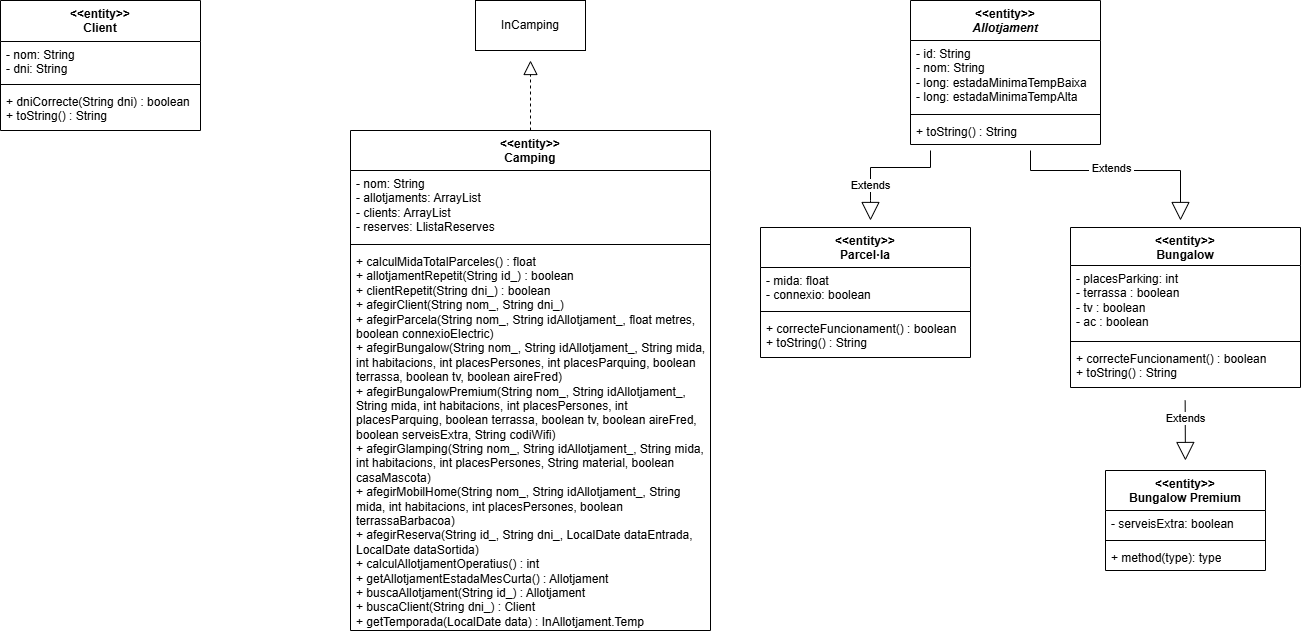
Before: Practica1.png, a diagram exported from draw.io (martimiro/Prog-II). Source tidied: cells renumbered, new cells last; positions are measured from the earlier drawing's top-left corner, leaving out a move shared by most shapes.
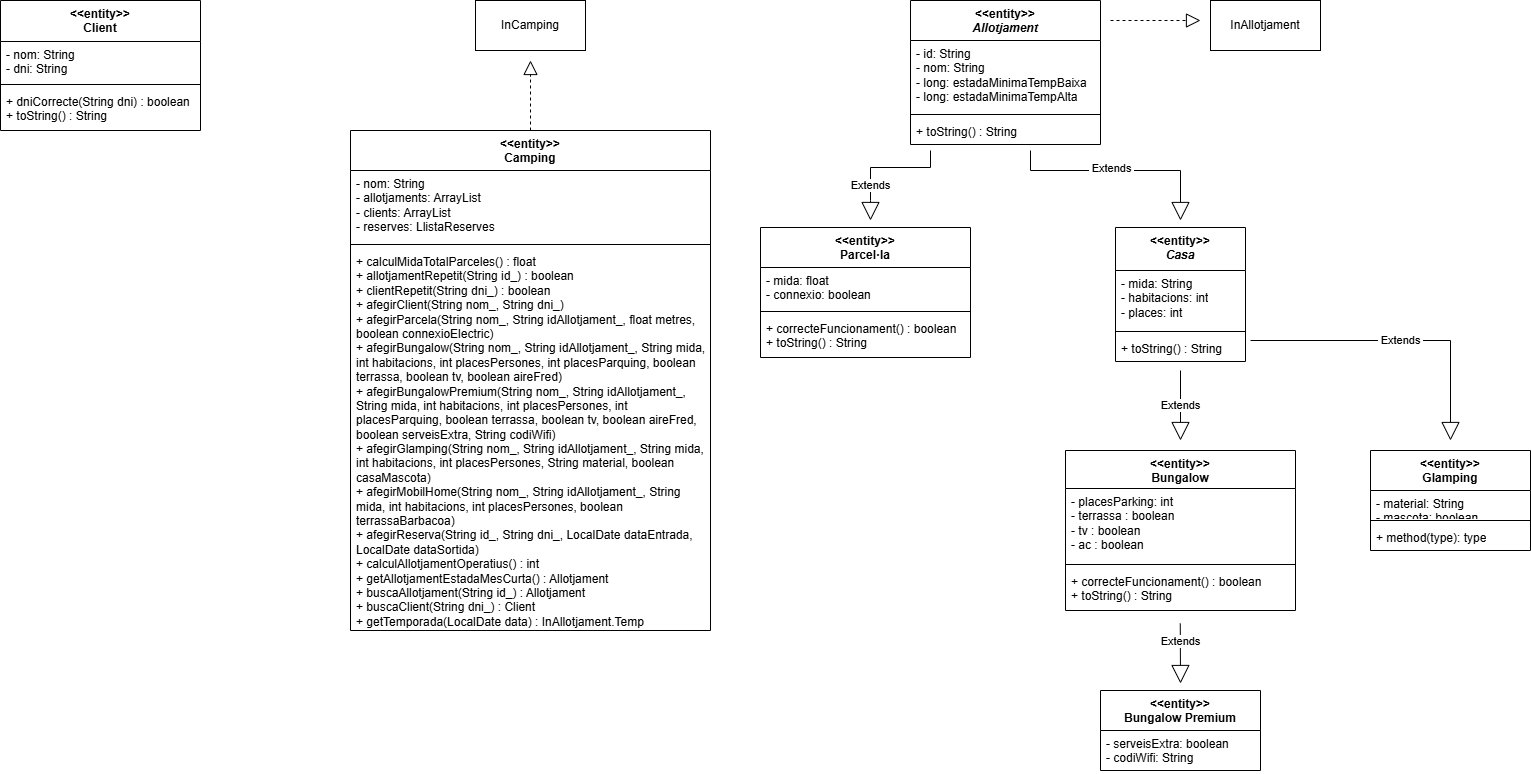
The same file after the commit.

What changed in the source:
```diff
@@ -23,6 +23,12 @@
     <mxCell id="7" value="&lt;div&gt;&amp;lt;&amp;lt;entity&amp;gt;&amp;gt;&lt;/div&gt;&lt;i&gt;Allotjament&lt;/i&gt;" style="swimlane;fontStyle=1;align=center;verticalAlign=top;horizontal=1;startSize=40;whiteSpace=wrap;html=1;" parent="1" vertex="1">
       <mxGeometry x="910" width="190" height="144" as="geometry" />
     </mxCell>
+    <mxCell id="34" style="endArrow=block;dashed=1;endFill=0;endSize=12;html=1;rounded=0;" parent="7" edge="1">
+      <mxGeometry relative="1" as="geometry">
+        <mxPoint x="200" y="20" as="sourcePoint" />
+        <mxPoint x="290" y="20" as="targetPoint" />
+      </mxGeometry>
+    </mxCell>
     <mxCell id="8" value="- id: String&lt;div&gt;- nom: String&lt;/div&gt;&lt;div&gt;- long: estadaMinimaTempBaixa&lt;/div&gt;&lt;div&gt;- long: estadaMinimaTempAlta&lt;/div&gt;" style="text;strokeColor=none;fillColor=none;align=left;verticalAlign=top;spacingLeft=4;spacingRight=4;overflow=hidden;whiteSpace=wrap;html=1;" parent="7" vertex="1">
       <mxGeometry y="40" width="190" height="70" as="geometry" />
     </mxCell>
@@ -87,7 +93,7 @@
       <mxGeometry x="-0.08" y="2" relative="1" as="geometry" />
     </mxCell>
     <mxCell id="24" value="&amp;lt;&amp;lt;entity&amp;gt;&amp;gt;&lt;div&gt;Bungalow&lt;/div&gt;&lt;div&gt;&lt;br&gt;&lt;/div&gt;" style="swimlane;fontStyle=1;align=center;verticalAlign=top;horizontal=1;startSize=38;whiteSpace=wrap;html=1;" parent="1" vertex="1">
-      <mxGeometry x="1070" y="227" width="230" height="160" as="geometry" />
+      <mxGeometry x="1065" y="450" width="230" height="160" as="geometry" />
     </mxCell>
     <mxCell id="25" value="- placesParking: int&lt;div&gt;- terrassa : boolean&lt;/div&gt;&lt;div&gt;- tv : boolean&lt;/div&gt;&lt;div&gt;- ac : boolean&lt;/div&gt;" style="text;strokeColor=none;fillColor=none;align=left;verticalAlign=top;spacingLeft=4;spacingRight=4;overflow=hidden;whiteSpace=wrap;html=1;" parent="24" vertex="1">
       <mxGeometry y="38" width="230" height="72" as="geometry" />
@@ -100,23 +106,59 @@
     </mxCell>
     <mxCell id="28" style="endArrow=block;endSize=16;endFill=0;html=1;rounded=0;" parent="1" edge="1">
       <mxGeometry relative="1" as="geometry">
-        <mxPoint x="1184.7" y="400" as="sourcePoint" />
-        <mxPoint x="1184.9" y="460" as="targetPoint" />
+        <mxPoint x="1179.8" y="623" as="sourcePoint" />
+        <mxPoint x="1180" y="683" as="targetPoint" />
       </mxGeometry>
     </mxCell>
     <mxCell id="29" value="Extends" style="edgeLabel;html=1;align=center;verticalAlign=middle;" parent="28" vertex="1">
       <mxGeometry x="-0.4" relative="1" as="geometry" />
     </mxCell>
     <mxCell id="30" value="&amp;lt;&amp;lt;entity&amp;gt;&amp;gt;&lt;br&gt;Bungalow Premium" style="swimlane;fontStyle=1;align=center;verticalAlign=top;horizontal=1;startSize=40;whiteSpace=wrap;html=1;" parent="1" vertex="1">
-      <mxGeometry x="1105" y="470" width="160" height="100" as="geometry" />
+      <mxGeometry x="1100" y="690" width="160" height="80" as="geometry" />
     </mxCell>
-    <mxCell id="31" value="- serveisExtra: boolean" style="text;strokeColor=none;fillColor=none;align=left;verticalAlign=top;spacingLeft=4;spacingRight=4;overflow=hidden;whiteSpace=wrap;html=1;" parent="30" vertex="1">
-      <mxGeometry y="40" width="160" height="26" as="geometry" />
+    <mxCell id="31" value="- serveisExtra: boolean&lt;div&gt;- codiWifi: String&lt;/div&gt;" style="text;strokeColor=none;fillColor=none;align=left;verticalAlign=top;spacingLeft=4;spacingRight=4;overflow=hidden;whiteSpace=wrap;html=1;" parent="30" vertex="1">
+      <mxGeometry y="40" width="160" height="40" as="geometry" />
     </mxCell>
+    <mxCell id="35" value="InAllotjament" style="html=1;whiteSpace=wrap;" parent="1" vertex="1">
+      <mxGeometry x="1210" width="110" height="50" as="geometry" />
+    </mxCell>
+    <mxCell id="36" value="&amp;lt;&amp;lt;entity&amp;gt;&amp;gt;&lt;div&gt;&lt;i&gt;Casa&lt;/i&gt;&lt;/div&gt;" style="swimlane;fontStyle=1;align=center;verticalAlign=top;horizontal=1;startSize=43;whiteSpace=wrap;html=1;" parent="1" vertex="1">
+      <mxGeometry x="1115" y="227" width="130" height="134" as="geometry" />
+    </mxCell>
+    <mxCell id="37" value="- mida: String&lt;div&gt;- habitacions: int&lt;/div&gt;&lt;div&gt;- places: int&lt;/div&gt;" style="text;strokeColor=none;fillColor=none;align=left;verticalAlign=top;spacingLeft=4;spacingRight=4;overflow=hidden;whiteSpace=wrap;html=1;" parent="36" vertex="1">
+      <mxGeometry y="43" width="130" height="57" as="geometry" />
+    </mxCell>
+    <mxCell id="38" style="line;strokeWidth=1;fillColor=none;align=left;verticalAlign=middle;spacingTop=-1;spacingLeft=3;spacingRight=3;labelPosition=right;strokeColor=inherit;" parent="36" vertex="1">
+      <mxGeometry y="100" width="130" height="8" as="geometry" />
+    </mxCell>
+    <mxCell id="39" value="+ toString() : String" style="text;strokeColor=none;fillColor=none;align=left;verticalAlign=top;spacingLeft=4;spacingRight=4;overflow=hidden;whiteSpace=wrap;html=1;" parent="36" vertex="1">
+      <mxGeometry y="108" width="130" height="26" as="geometry" />
+    </mxCell>
+    <mxCell id="40" value="Extends" style="endArrow=block;endSize=16;endFill=0;html=1;rounded=0;" parent="1" edge="1">
+      <mxGeometry relative="1" as="geometry">
+        <mxPoint x="1180" y="370" as="sourcePoint" />
+        <mxPoint x="1180" y="440" as="targetPoint" />
+      </mxGeometry>
+    </mxCell>
+    <mxCell id="41" value="&amp;nbsp;Extends&amp;nbsp;" style="endArrow=block;endSize=16;endFill=0;html=1;rounded=0;" parent="1" edge="1">
+      <mxGeometry relative="1" as="geometry">
+        <mxPoint x="1250" y="340" as="sourcePoint" />
+        <mxPoint x="1450" y="440" as="targetPoint" />
+        <Array as="points">
+          <mxPoint x="1450" y="340" />
+        </Array>
+      </mxGeometry>
+    </mxCell>
+    <mxCell id="42" value="&amp;lt;&amp;lt;entity&amp;gt;&amp;gt;&lt;div&gt;Glamping&lt;/div&gt;" style="swimlane;fontStyle=1;align=center;verticalAlign=top;horizontal=1;startSize=40;whiteSpace=wrap;html=1;" parent="1" vertex="1">
+      <mxGeometry x="1370" y="450" width="160" height="100" as="geometry" />
+    </mxCell>
+    <mxCell id="43" value="- material: String&lt;div&gt;- mascota: boolean&lt;/div&gt;" style="text;strokeColor=none;fillColor=none;align=left;verticalAlign=top;spacingLeft=4;spacingRight=4;overflow=hidden;whiteSpace=wrap;html=1;" parent="42" vertex="1">
+      <mxGeometry y="40" width="160" height="26" as="geometry" />
+    </mxCell>
-    <mxCell id="32" style="line;strokeWidth=1;fillColor=none;align=left;verticalAlign=middle;spacingTop=-1;spacingLeft=3;spacingRight=3;labelPosition=right;strokeColor=inherit;" parent="30" vertex="1">
+    <mxCell id="32" style="line;strokeWidth=1;fillColor=none;align=left;verticalAlign=middle;spacingTop=-1;spacingLeft=3;spacingRight=3;labelPosition=right;strokeColor=inherit;" parent="42" vertex="1">
       <mxGeometry y="66" width="160" height="8" as="geometry" />
     </mxCell>
-    <mxCell id="33" value="+ method(type): type" style="text;strokeColor=none;fillColor=none;align=left;verticalAlign=top;spacingLeft=4;spacingRight=4;overflow=hidden;whiteSpace=wrap;html=1;" parent="30" vertex="1">
+    <mxCell id="33" value="+ method(type): type" style="text;strokeColor=none;fillColor=none;align=left;verticalAlign=top;spacingLeft=4;spacingRight=4;overflow=hidden;whiteSpace=wrap;html=1;" parent="42" vertex="1">
       <mxGeometry y="74" width="160" height="26" as="geometry" />
     </mxCell>
   </root>
```
